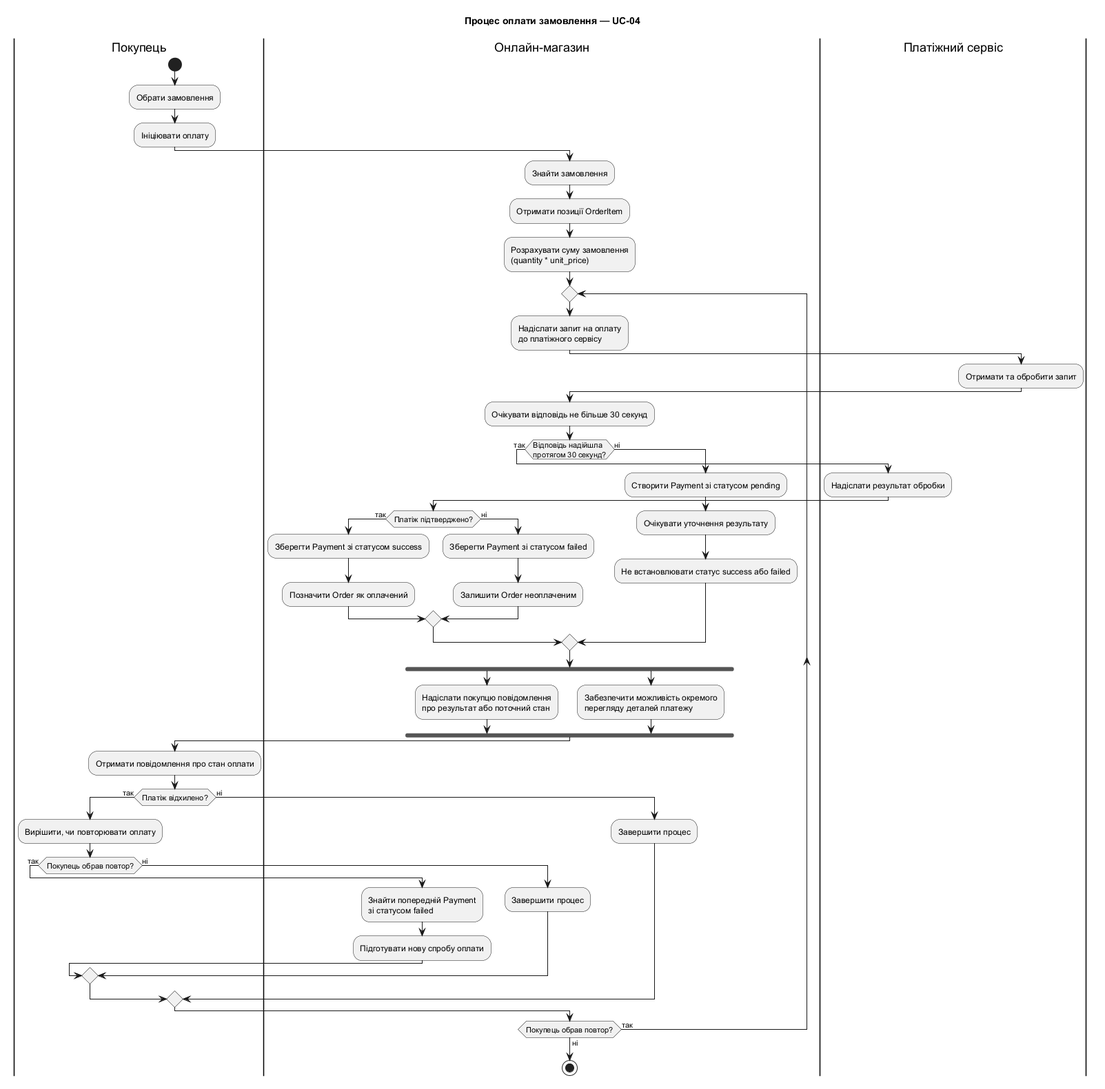
denisovatetiana-im-53/kpi keeps this PlantUML diagram as lab4/renders/activity-diagram.png. Above is the earlier version.
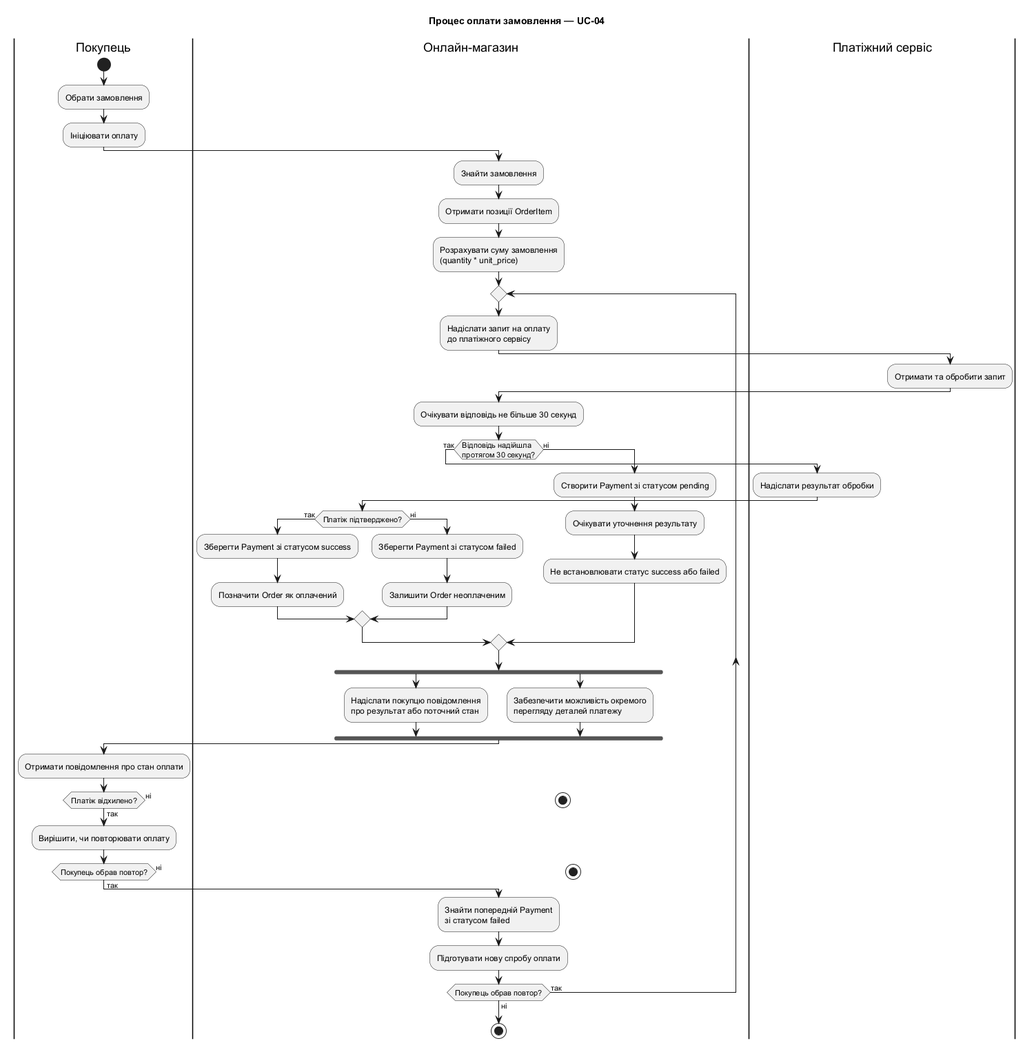
The same file after the commit.

Commit message:
fix(lab4): correct payment retry loop

Diff of the diagram source:
```diff
@@ -47,17 +47,17 @@
   |Покупець|
   :Отримати повідомлення про стан оплати;
 
-  if (Платіж відхилено?) then (так)
+    if (Платіж відхилено?) then (так)
     :Вирішити, чи повторювати оплату;
     if (Покупець обрав повтор?) then (так)
       |Онлайн-магазин|
       :Знайти попередній Payment\nзі статусом failed;
       :Підготувати нову спробу оплати;
     else (ні)
-      :Завершити процес;
+      stop
     endif
   else (ні)
-    :Завершити процес;
+    stop
   endif
 
 repeat while (Покупець обрав повтор?) is (так) not (ні)
```
